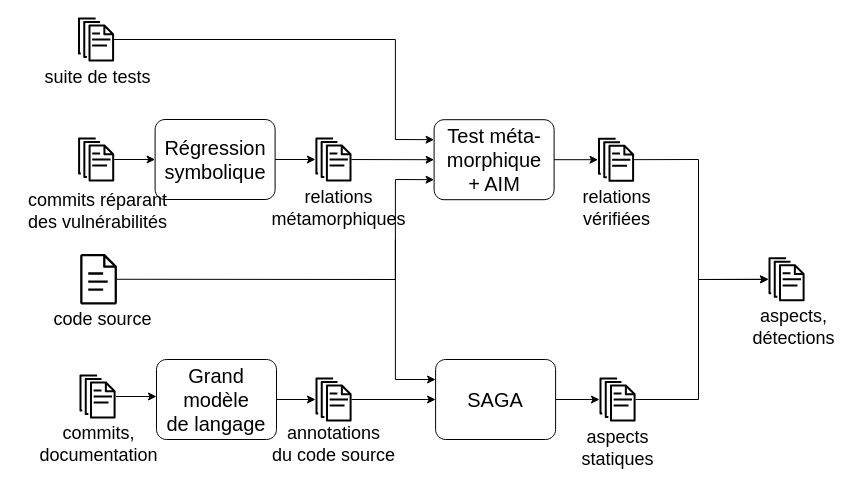
This is researchProject2026_Vannes_detection.drawio from yoann-marquer/Diagrams, a draw.io file, before an edit. Source tidied: cells renumbered, new cells numbered last; positions are measured from the earlier drawing's top-left corner, leaving out a move shared by most shapes. Both pictures are drawn from the tidied source at 100%, with x=0, y=0 at pixel (17, 17).
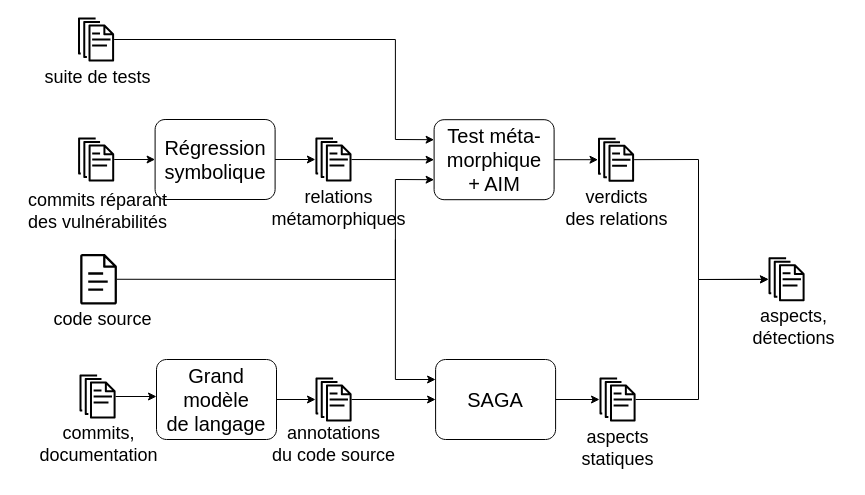
After the change.

What changed in the source:
```diff
@@
-    <mxCell id="18" value="&lt;div&gt;&lt;font style=&quot;font-size: 18px;&quot;&gt;relations&lt;/font&gt;&lt;/div&gt;&lt;div&gt;&lt;font style=&quot;font-size: 18px;&quot;&gt;vérifiées&lt;/font&gt;&lt;/div&gt;" style="text;html=1;align=center;verticalAlign=middle;strokeColor=none;fillColor=none;fontSize=15;" parent="1" vertex="1">
-      <mxGeometry x="553.6" y="160.5" width="90" height="60" as="geometry" />
+    <mxCell id="18" value="&lt;div&gt;&lt;font style=&quot;font-size: 18px;&quot;&gt;verdicts&lt;/font&gt;&lt;/div&gt;&lt;div&gt;&lt;font style=&quot;font-size: 18px;&quot;&gt;des relations&lt;/font&gt;&lt;/div&gt;" style="text;html=1;align=center;verticalAlign=middle;strokeColor=none;fillColor=none;fontSize=15;" parent="1" vertex="1">
+      <mxGeometry x="533.6" y="160.5" width="130" height="60" as="geometry" />
     </mxCell>
```
